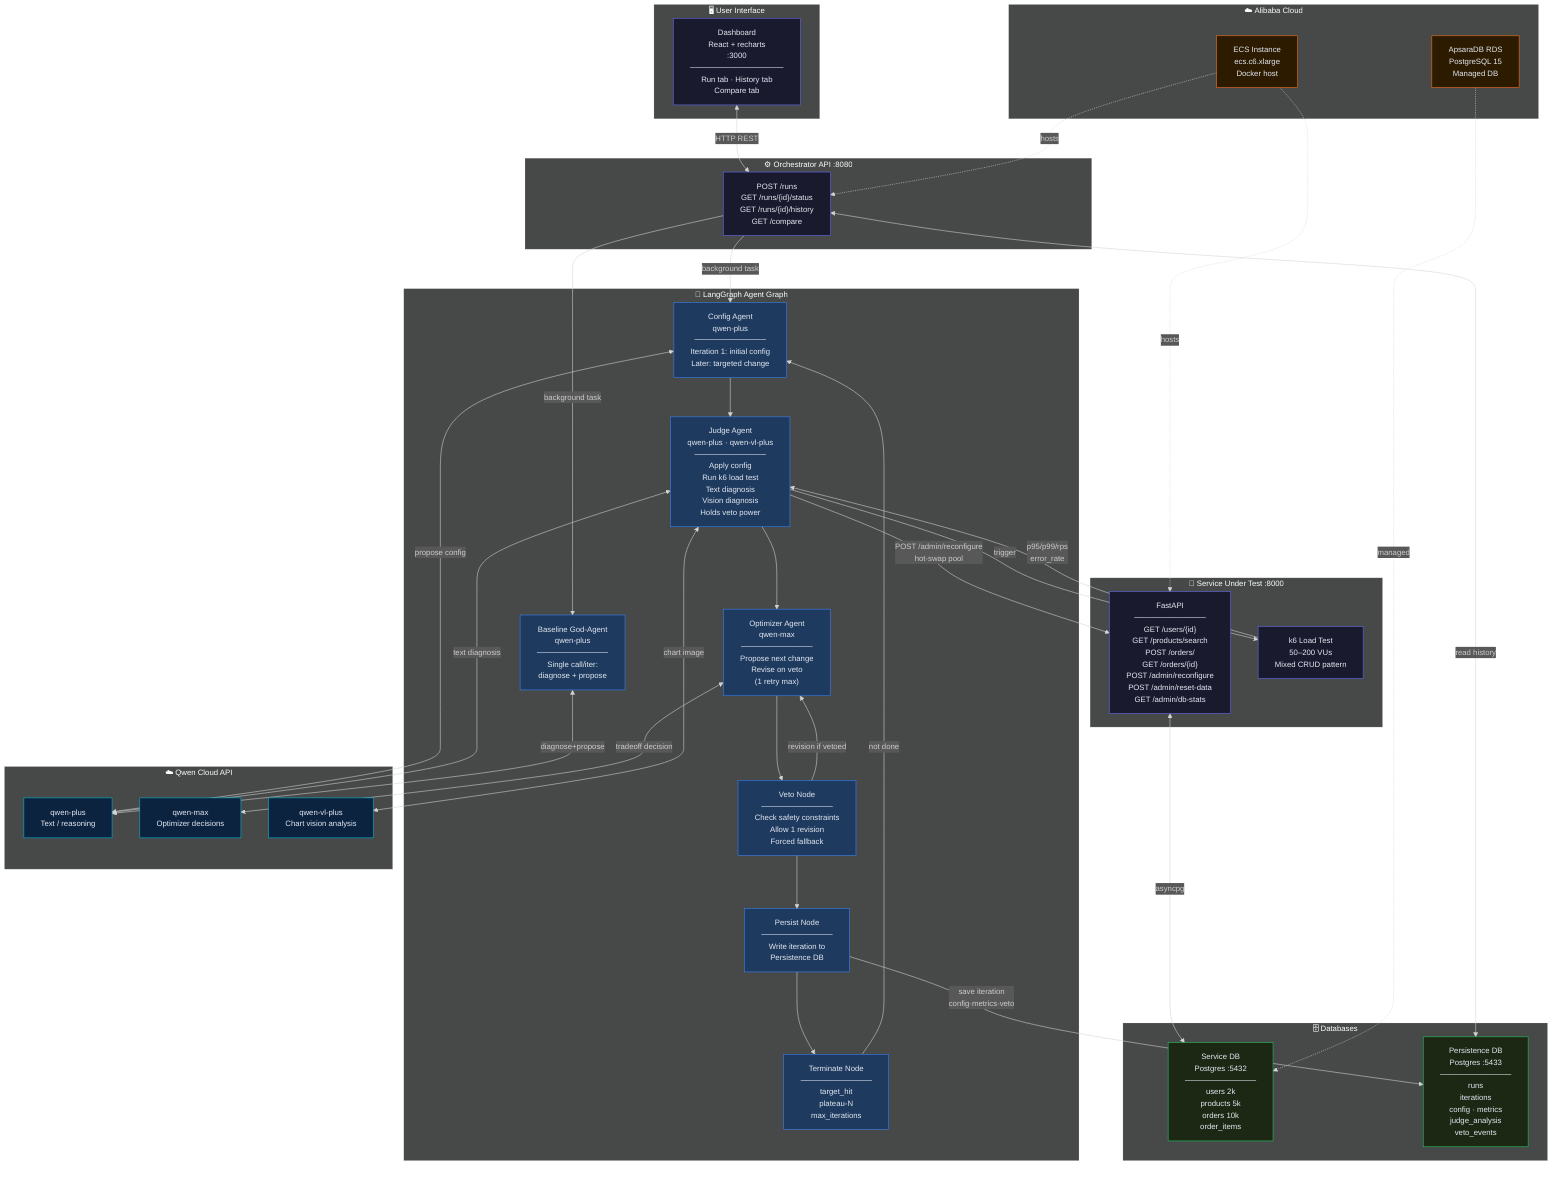
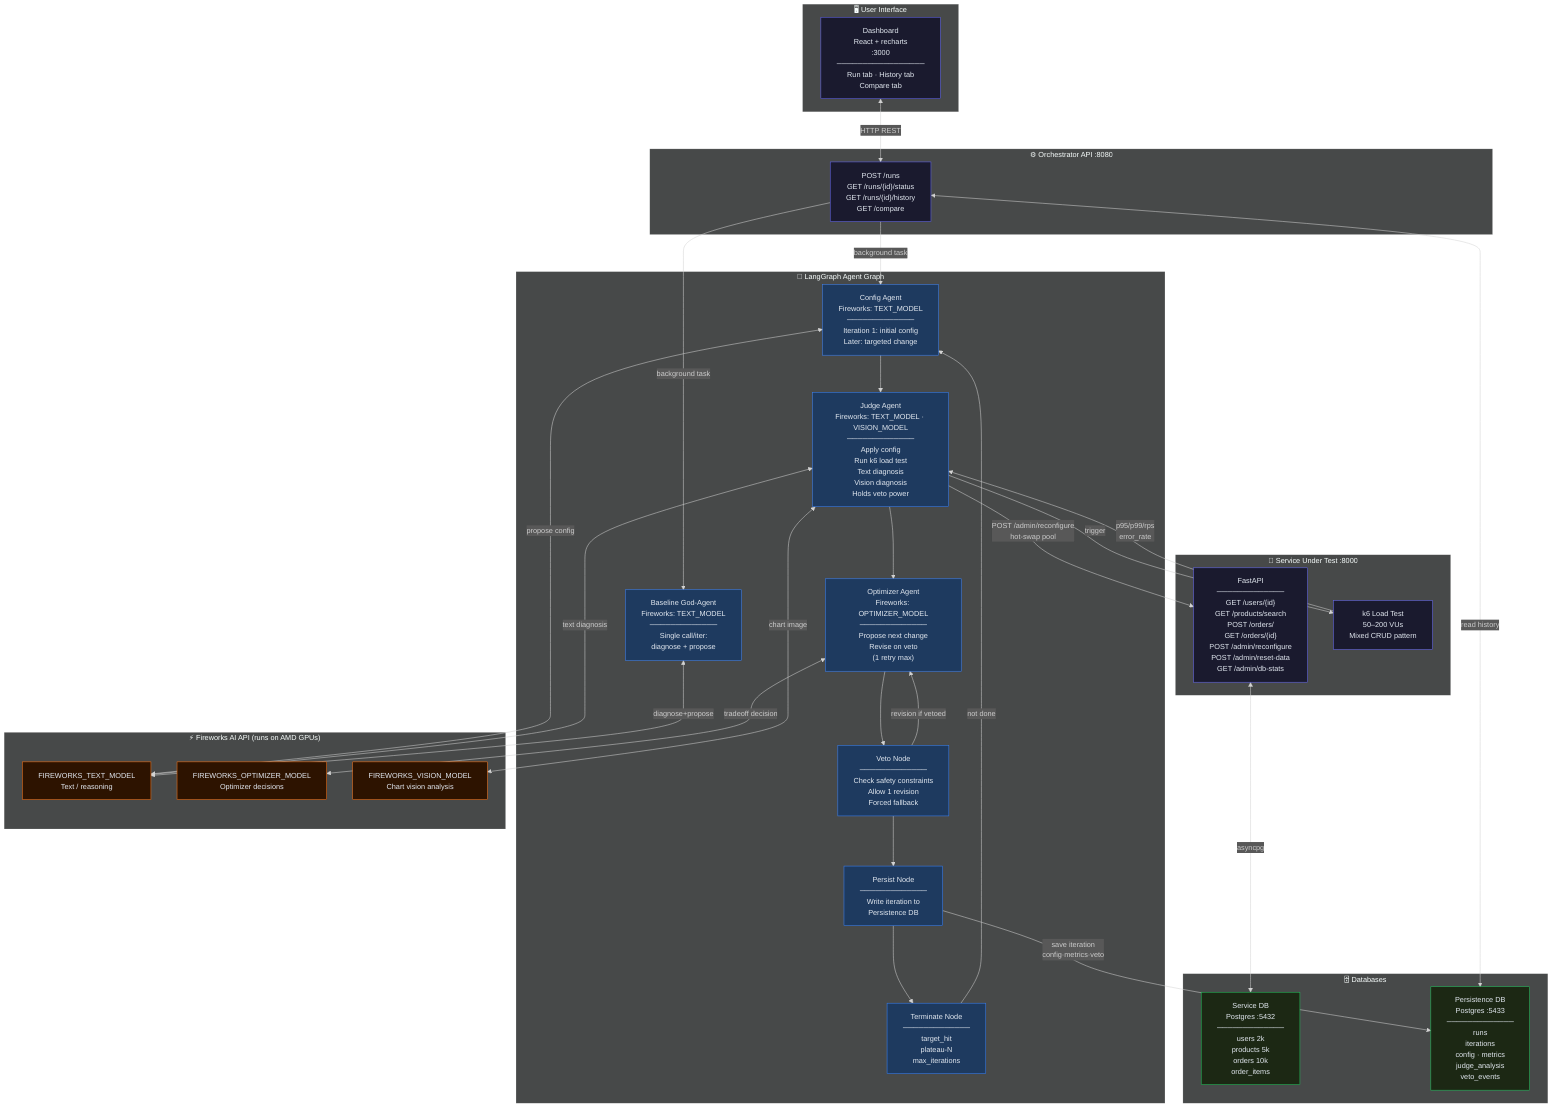
%%{init: {'theme': 'dark', 'themeVariables': {'fontSize': '14px'}}}%%
flowchart TD
    subgraph UI["🖥️ User Interface"]
        DASH["Dashboard\nReact + recharts\n:3000\n─────────────────\nRun tab · History tab\nCompare tab"]
    end

    subgraph ORCH_BOX["⚙️ Orchestrator API :8080"]
        ORCH["POST /runs\nGET /runs/{id}/status\nGET /runs/{id}/history\nGET /compare"]
    end

    subgraph AGENTS["🤖 LangGraph Agent Graph"]
-         CFG["Config Agent\nqwen-plus\n─────────────\nIteration 1: initial config\nLater: targeted change"]
-         JUDGE["Judge Agent\nqwen-plus · qwen-vl-plus\n─────────────\nApply config\nRun k6 load test\nText diagnosis\nVision diagnosis\nHolds veto power"]
-         OPT["Optimizer Agent\nqwen-max\n─────────────\nPropose next change\nRevise on veto\n(1 retry max)"]
+         CFG["Config Agent\nFireworks: TEXT_MODEL\n─────────────\nIteration 1: initial config\nLater: targeted change"]
+         JUDGE["Judge Agent\nFireworks: TEXT_MODEL · VISION_MODEL\n─────────────\nApply config\nRun k6 load test\nText diagnosis\nVision diagnosis\nHolds veto power"]
+         OPT["Optimizer Agent\nFireworks: OPTIMIZER_MODEL\n─────────────\nPropose next change\nRevise on veto\n(1 retry max)"]
        VETO["Veto Node\n─────────────\nCheck safety constraints\nAllow 1 revision\nForced fallback"]
        PERSIST["Persist Node\n─────────────\nWrite iteration to\nPersistence DB"]
        TERM["Terminate Node\n─────────────\ntarget_hit\nplateau-N\nmax_iterations"]
-         BASELINE["Baseline God-Agent\nqwen-plus\n─────────────\nSingle call/iter:\ndiagnose + propose"]
+         BASELINE["Baseline God-Agent\nFireworks: TEXT_MODEL\n─────────────\nSingle call/iter:\ndiagnose + propose"]
    end

-     subgraph QWEN["☁️ Qwen Cloud API"]
-         QT["qwen-plus\nText / reasoning"]
-         QM["qwen-max\nOptimizer decisions"]
-         QV["qwen-vl-plus\nChart vision analysis"]
+     subgraph FIREWORKS["⚡ Fireworks AI API (runs on AMD GPUs)"]
+         QT["FIREWORKS_TEXT_MODEL\nText / reasoning"]
+         QM["FIREWORKS_OPTIMIZER_MODEL\nOptimizer decisions"]
+         QV["FIREWORKS_VISION_MODEL\nChart vision analysis"]
    end

    subgraph SVC["🐳 Service Under Test :8000"]
        SVC_APP["FastAPI\n─────────────\nGET /users/{id}\nGET /products/search\nPOST /orders/\nGET /orders/{id}\nPOST /admin/reconfigure\nPOST /admin/reset-data\nGET /admin/db-stats"]
        K6["k6 Load Test\n50–200 VUs\nMixed CRUD pattern"]
    end

    subgraph DBS["🗄️ Databases"]
        SVCDB["Service DB\nPostgres :5432\n─────────────\nusers 2k\nproducts 5k\norders 10k\norder_items"]
        PERSISTDB["Persistence DB\nPostgres :5433\n─────────────\nruns\niterations\nconfig · metrics\njudge_analysis\nveto_events"]
-     end
- 
-     subgraph ALI["☁️ Alibaba Cloud"]
-         ECS["ECS Instance\necs.c6.xlarge\nDocker host"]
-         RDS["ApsaraDB RDS\nPostgreSQL 15\nManaged DB"]
    end

    %% UI ↔ Orchestrator
    DASH <-->|"HTTP REST"| ORCH

    %% Orchestrator → Agents
    ORCH -->|"background task"| CFG
    ORCH -->|"background task"| BASELINE

    %% Multi-agent graph flow
    CFG --> JUDGE
    JUDGE --> OPT
    OPT --> VETO
    VETO -->|"revision if vetoed"| OPT
    VETO --> PERSIST
    PERSIST --> TERM
    TERM -->|"not done"| CFG

-     %% Agents ↔ Qwen Cloud
+     %% Agents ↔ Fireworks AI
    CFG <-->|"propose config"| QT
    JUDGE <-->|"text diagnosis"| QT
    JUDGE <-->|"chart image"| QV
    OPT <-->|"tradeoff decision"| QM
    BASELINE <-->|"diagnose+propose"| QT

    %% Judge ↔ Service
    JUDGE -->|"POST /admin/reconfigure\nhot-swap pool"| SVC_APP
    JUDGE -->|"trigger"| K6
    K6 -->|"p95/p99/rps\nerror_rate"| JUDGE

    %% Service ↔ DB
    SVC_APP <-->|"asyncpg"| SVCDB

    %% Persist Node ↔ Persistence DB
    PERSIST -->|"save iteration\nconfig·metrics·veto"| PERSISTDB
    ORCH <-->|"read history"| PERSISTDB

-     %% Alibaba Cloud
-     ECS -.->|"hosts"| SVC_APP
-     ECS -.->|"hosts"| ORCH
-     RDS -.->|"managed"| SVCDB
- 
    %% Styles
    classDef agentNode fill:#1e3a5f,stroke:#3b82f6,color:#e2e8f0
    classDef infraNode fill:#1a1a2e,stroke:#6366f1,color:#e2e8f0
-     classDef qwenNode fill:#0c2340,stroke:#06b6d4,color:#e2e8f0
+     classDef fireworksNode fill:#2d1300,stroke:#f97316,color:#e2e8f0
    classDef dbNode fill:#1c2814,stroke:#22c55e,color:#e2e8f0
-     classDef aliNode fill:#2d1b00,stroke:#f97316,color:#e2e8f0

    class CFG,JUDGE,OPT,VETO,PERSIST,TERM,BASELINE agentNode
    class SVC_APP,K6,DASH,ORCH infraNode
-     class QT,QM,QV qwenNode
+     class QT,QM,QV fireworksNode
    class SVCDB,PERSISTDB dbNode
-     class ECS,RDS aliNode
